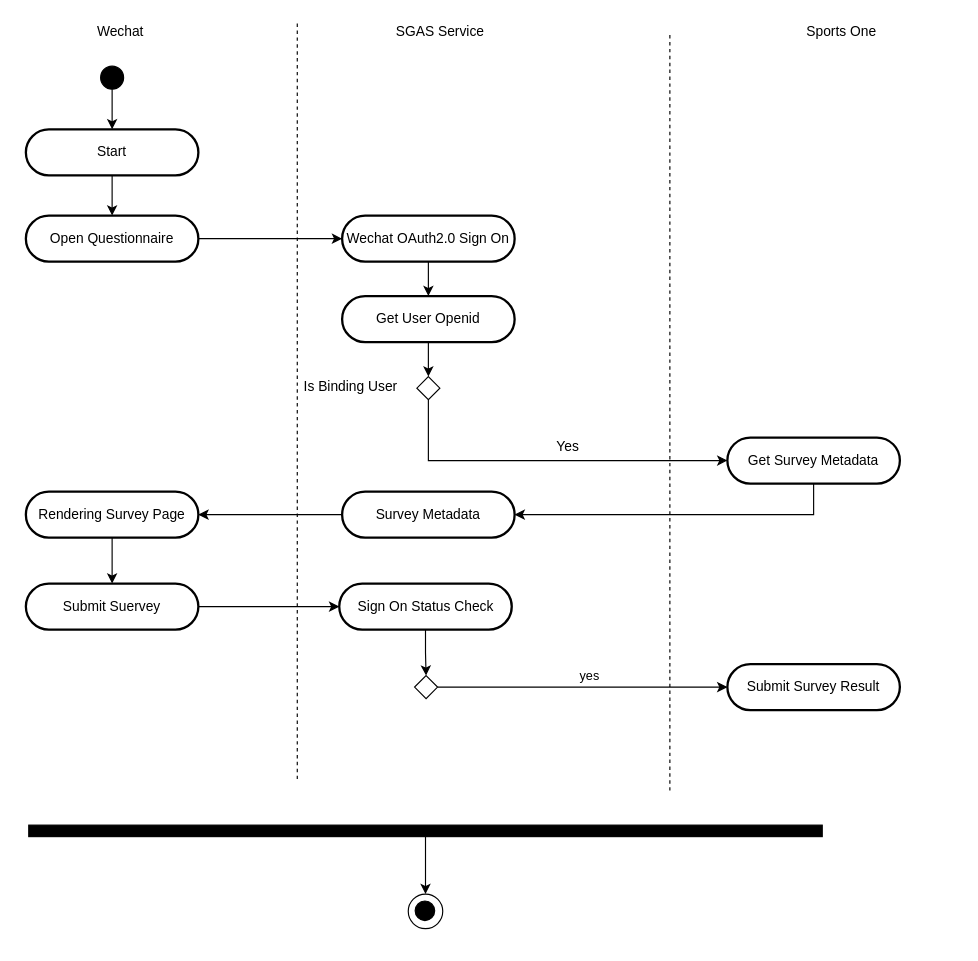
Earlier version of the draw.io diagram page "submit questionnaire" (6 of 6) of SportsOne/Wechat Integration.drawio (wosary1984/draw.io). Source tidied: cells renumbered, new cells numbered last; positions are measured from the earlier drawing's top-left corner, leaving out a move shared by most shapes. Both pictures are drawn from the tidied source at 115%, with x=0, y=0 at pixel (20, 20).
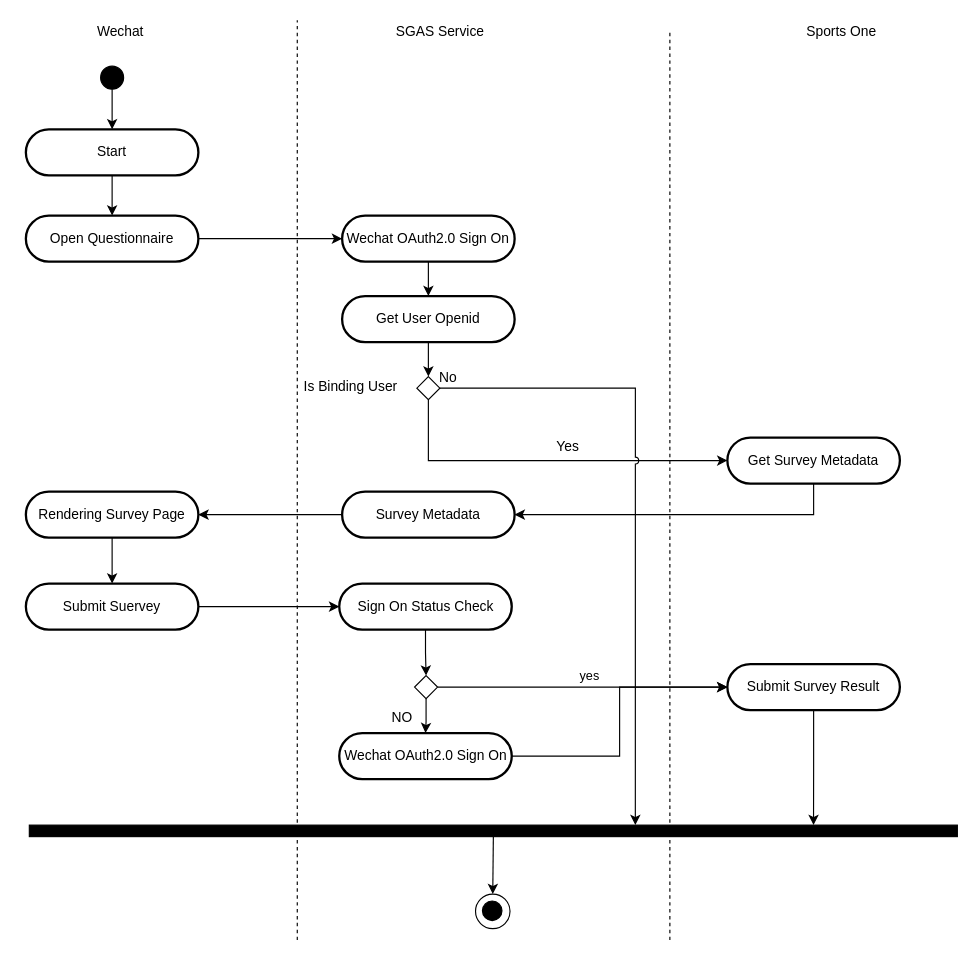
Above is the later version.

The change refers to these unchanged cells:
```xml
<mxCell id="25" style="rhombus;whiteSpace=wrap;html=1;fillColor=#FFFFFF;" parent="1" vertex="1">
  <mxGeometry x="345" y="310" width="20" height="20" as="geometry" />
</mxCell>
<mxCell id="38" style="rhombus;whiteSpace=wrap;html=1;fillColor=#FFFFFF;" parent="1" vertex="1">
  <mxGeometry x="343" y="570" width="20" height="20" as="geometry" />
</mxCell>
<mxCell id="39" value="Submit Survey Result" style="rounded=1;whiteSpace=wrap;html=1;strokeWidth=2;arcSize=50;" parent="1" vertex="1">
  <mxGeometry x="615" y="560" width="150" height="40" as="geometry" />
</mxCell>
```

Diff of the diagram source:
```diff
@@
     <mxCell id="9" style="group;" parent="1" vertex="1">
-      <mxGeometry x="337.5" y="760" width="30" height="30" as="geometry" />
+      <mxGeometry x="396" y="760" width="30" height="30" as="geometry" />
     </mxCell>
@@
     <mxCell id="12" style="rounded=0;whiteSpace=wrap;html=1;fillColor=#000000;" parent="1" vertex="1">
-      <mxGeometry x="7.5" y="700" width="690" height="10" as="geometry" />
+      <mxGeometry x="8" y="700" width="807" height="10" as="geometry" />
     </mxCell>
@@
     <mxCell id="18" style="endArrow=none;dashed=1;html=1;" parent="1" edge="1">
       <mxGeometry relative="1" as="geometry">
-        <mxPoint x="241" y="660" as="sourcePoint" />
+        <mxPoint x="241" y="800" as="sourcePoint" />
         <mxPoint x="241" as="targetPoint" />
       </mxGeometry>
     </mxCell>
@@
+    <mxCell id="40" style="edgeStyle=orthogonalEdgeStyle;rounded=0;jettySize=auto;html=1;exitX=1;exitY=0.5;exitDx=0;exitDy=0;entryX=0.653;entryY=0;entryDx=0;entryDy=0;entryPerimeter=0;jumpStyle=arc;" parent="1" edge="1" source="25" target="12">
+      <mxGeometry relative="1" as="geometry">
+        <Array as="points">
+          <mxPoint x="535" y="320" />
+        </Array>
+      </mxGeometry>
+    </mxCell>
+    <mxCell id="41" value="No" style="text;html=1;align=center;verticalAlign=middle;labelBackgroundColor=#ffffff;" parent="40" vertex="1">
+      <mxGeometry x="-0.43" relative="1" as="geometry">
+        <mxPoint x="-151" y="-10" as="offset" />
+      </mxGeometry>
+    </mxCell>
@@
     <mxCell id="27" style="endArrow=none;dashed=1;html=1;" parent="1" edge="1">
       <mxGeometry relative="1" as="geometry">
-        <mxPoint x="565" y="670" as="sourcePoint" />
+        <mxPoint x="565" y="800" as="sourcePoint" />
         <mxPoint x="565" y="10" as="targetPoint" />
       </mxGeometry>
     </mxCell>
@@
+    <mxCell id="42" style="edgeStyle=orthogonalEdgeStyle;rounded=0;jettySize=auto;html=1;exitX=0.5;exitY=1;exitDx=0;exitDy=0;" parent="1" edge="1" source="38" target="46">
+      <mxGeometry relative="1" as="geometry" />
+    </mxCell>
+    <mxCell id="43" value="NO" style="text;html=1;align=center;verticalAlign=middle;labelBackgroundColor=#ffffff;" parent="42" vertex="1">
+      <mxGeometry x="0.33" y="6" relative="1" as="geometry">
+        <mxPoint x="-21.5" y="-10" as="offset" />
+      </mxGeometry>
+    </mxCell>
@@
+    <mxCell id="44" style="edgeStyle=orthogonalEdgeStyle;rounded=0;jettySize=auto;html=1;exitX=0.5;exitY=1;exitDx=0;exitDy=0;entryX=0.845;entryY=0;entryDx=0;entryDy=0;entryPerimeter=0;" parent="1" edge="1" source="39" target="12">
+      <mxGeometry relative="1" as="geometry" />
+    </mxCell>
@@
+    <mxCell id="45" style="edgeStyle=orthogonalEdgeStyle;rounded=0;jettySize=auto;html=1;exitX=1;exitY=0.5;exitDx=0;exitDy=0;entryX=0;entryY=0.5;entryDx=0;entryDy=0;" parent="1" edge="1" source="46" target="39">
+      <mxGeometry relative="1" as="geometry" />
+    </mxCell>
+    <mxCell id="46" value="Wechat OAuth2.0 Sign On" style="rounded=1;whiteSpace=wrap;html=1;strokeWidth=2;arcSize=50;" parent="1" vertex="1">
+      <mxGeometry x="277.5" y="620" width="150" height="40" as="geometry" />
+    </mxCell>
```
